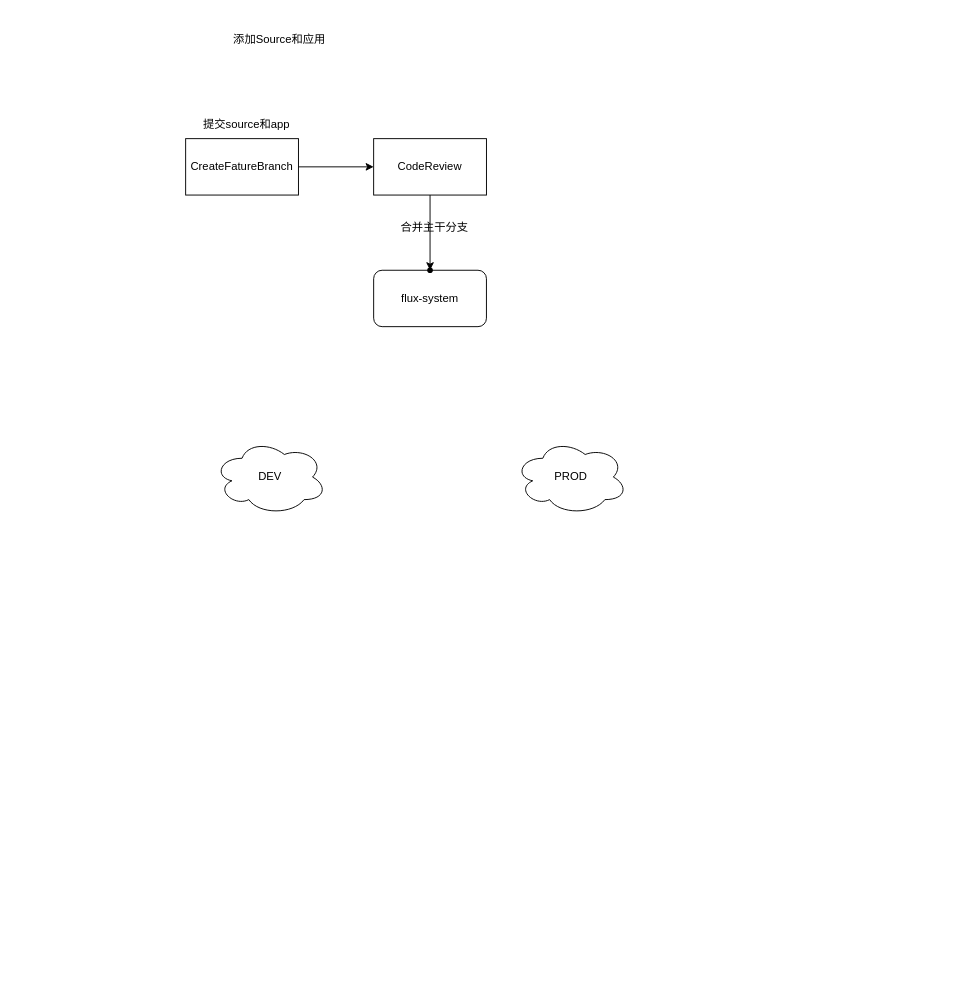
Before: Gitops-fluxcd.drawio in zeyangli/zeyangli.github.io, a draw.io diagram. Source tidied: cells renumbered, new cells numbered last; positions are measured from the earlier drawing's top-left corner, leaving out a move shared by most shapes. Both pictures are drawn from the tidied source at 94%, with x=0, y=0 at pixel (185, 25).
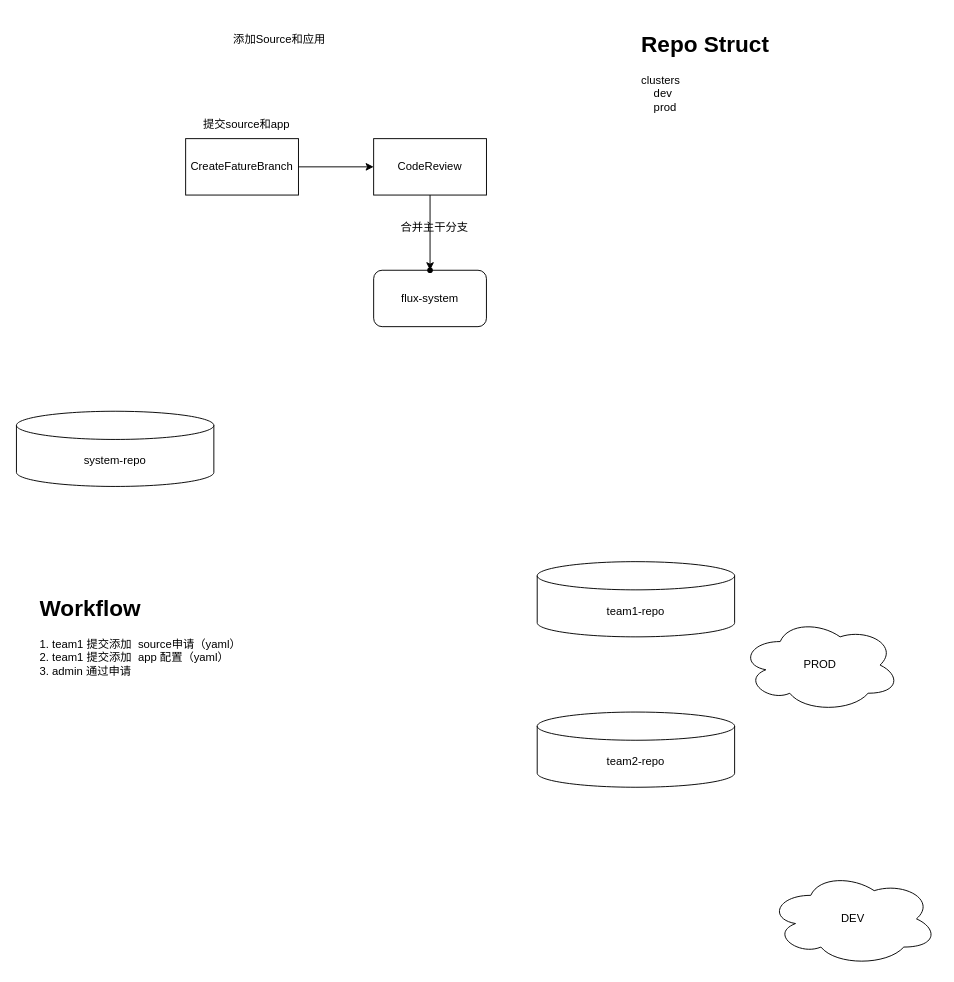
The same diagram, later.

What changed in the source:
```diff
@@
 <mxGraphModel>
   <root>
     <mxCell id="0" />
     <mxCell id="1" parent="0" />
     <mxCell id="2" value="flux-system" style="rounded=1;whiteSpace=wrap;html=1;" parent="1" vertex="1">
       <mxGeometry x="200" y="260" width="120" height="60" as="geometry" />
     </mxCell>
     <mxCell id="3" value="添加Source和应用" style="text;html=1;strokeColor=none;fillColor=none;align=center;verticalAlign=middle;whiteSpace=wrap;rounded=0;" parent="1" vertex="1">
       <mxGeometry x="10" width="180" height="30" as="geometry" />
     </mxCell>
     <mxCell id="4" value="DEV" style="ellipse;shape=cloud;whiteSpace=wrap;html=1;" parent="1" vertex="1">
-      <mxGeometry x="30" y="440" width="120" height="80" as="geometry" />
+      <mxGeometry x="620" y="900" width="180" height="100" as="geometry" />
     </mxCell>
     <mxCell id="5" value="PROD" style="ellipse;shape=cloud;whiteSpace=wrap;html=1;" parent="1" vertex="1">
-      <mxGeometry x="350" y="440" width="120" height="80" as="geometry" />
+      <mxGeometry x="590" y="630" width="170" height="100" as="geometry" />
     </mxCell>
     <mxCell id="6" style="edgeStyle=orthogonalEdgeStyle;rounded=0;jettySize=auto;html=1;" parent="1" edge="1" source="7" target="9">
       <mxGeometry relative="1" as="geometry" />
     </mxCell>
     <mxCell id="7" value="CreateFatureBranch" style="rounded=0;whiteSpace=wrap;html=1;" parent="1" vertex="1">
       <mxGeometry y="120" width="120" height="60" as="geometry" />
     </mxCell>
     <mxCell id="8" style="edgeStyle=orthogonalEdgeStyle;rounded=0;jettySize=auto;html=1;" parent="1" edge="1" source="9" target="10">
       <mxGeometry relative="1" as="geometry" />
     </mxCell>
     <mxCell id="9" value="CodeReview" style="rounded=0;whiteSpace=wrap;html=1;" parent="1" vertex="1">
       <mxGeometry x="200" y="120" width="120" height="60" as="geometry" />
     </mxCell>
     <mxCell id="10" style="shape=waypoint;sketch=0;size=6;points=[];fillColor=default;perimeter=centerPerimeter;snapToPoint=1;rounded=0;" parent="1" vertex="1">
       <mxGeometry x="240" y="240" width="40" height="40" as="geometry" />
     </mxCell>
     <mxCell id="11" value="提交source和app" style="text;html=1;strokeColor=none;fillColor=none;align=center;verticalAlign=middle;whiteSpace=wrap;rounded=0;" parent="1" vertex="1">
       <mxGeometry x="10" y="90" width="110" height="30" as="geometry" />
     </mxCell>
     <mxCell id="12" value="合并主干分支" style="text;html=1;strokeColor=none;fillColor=none;align=center;verticalAlign=middle;whiteSpace=wrap;rounded=0;" parent="1" vertex="1">
       <mxGeometry x="210" y="200" width="110" height="30" as="geometry" />
     </mxCell>
+    <mxCell id="13" value="&lt;h1&gt;Repo Struct&lt;/h1&gt;&lt;div&gt;clusters&lt;/div&gt;&lt;div&gt;&amp;nbsp; &amp;nbsp; dev&lt;/div&gt;&lt;div&gt;&amp;nbsp; &amp;nbsp; prod&lt;/div&gt;" style="text;html=1;strokeColor=none;fillColor=none;spacing=5;spacingTop=-20;whiteSpace=wrap;overflow=hidden;rounded=0;" parent="1" vertex="1">
+      <mxGeometry x="480" width="190" height="120" as="geometry" />
+    </mxCell>
+    <mxCell id="14" value="system-repo" style="shape=cylinder3;whiteSpace=wrap;html=1;boundedLbl=1;backgroundOutline=1;size=15;" parent="1" vertex="1">
+      <mxGeometry x="-180" y="410" width="210" height="80" as="geometry" />
+    </mxCell>
+    <mxCell id="15" value="team1-repo" style="shape=cylinder3;whiteSpace=wrap;html=1;boundedLbl=1;backgroundOutline=1;size=15;" parent="1" vertex="1">
+      <mxGeometry x="374" y="570" width="210" height="80" as="geometry" />
+    </mxCell>
+    <mxCell id="16" value="team2-repo" style="shape=cylinder3;whiteSpace=wrap;html=1;boundedLbl=1;backgroundOutline=1;size=15;" parent="1" vertex="1">
+      <mxGeometry x="374" y="730" width="210" height="80" as="geometry" />
+    </mxCell>
+    <mxCell id="17" value="&lt;h1&gt;Workflow&lt;/h1&gt;&lt;div&gt;1. team1 提交添加&amp;nbsp; source申请（yaml）&lt;/div&gt;&lt;div&gt;2. team1 提交添加&amp;nbsp; app 配置（yaml）&lt;/div&gt;&lt;div&gt;3. admin 通过申请&lt;/div&gt;" style="text;html=1;strokeColor=none;fillColor=none;spacing=5;spacingTop=-20;whiteSpace=wrap;overflow=hidden;rounded=0;" parent="1" vertex="1">
+      <mxGeometry x="-160" y="600" width="360" height="110" as="geometry" />
+    </mxCell>
   </root>
 </mxGraphModel>
```
